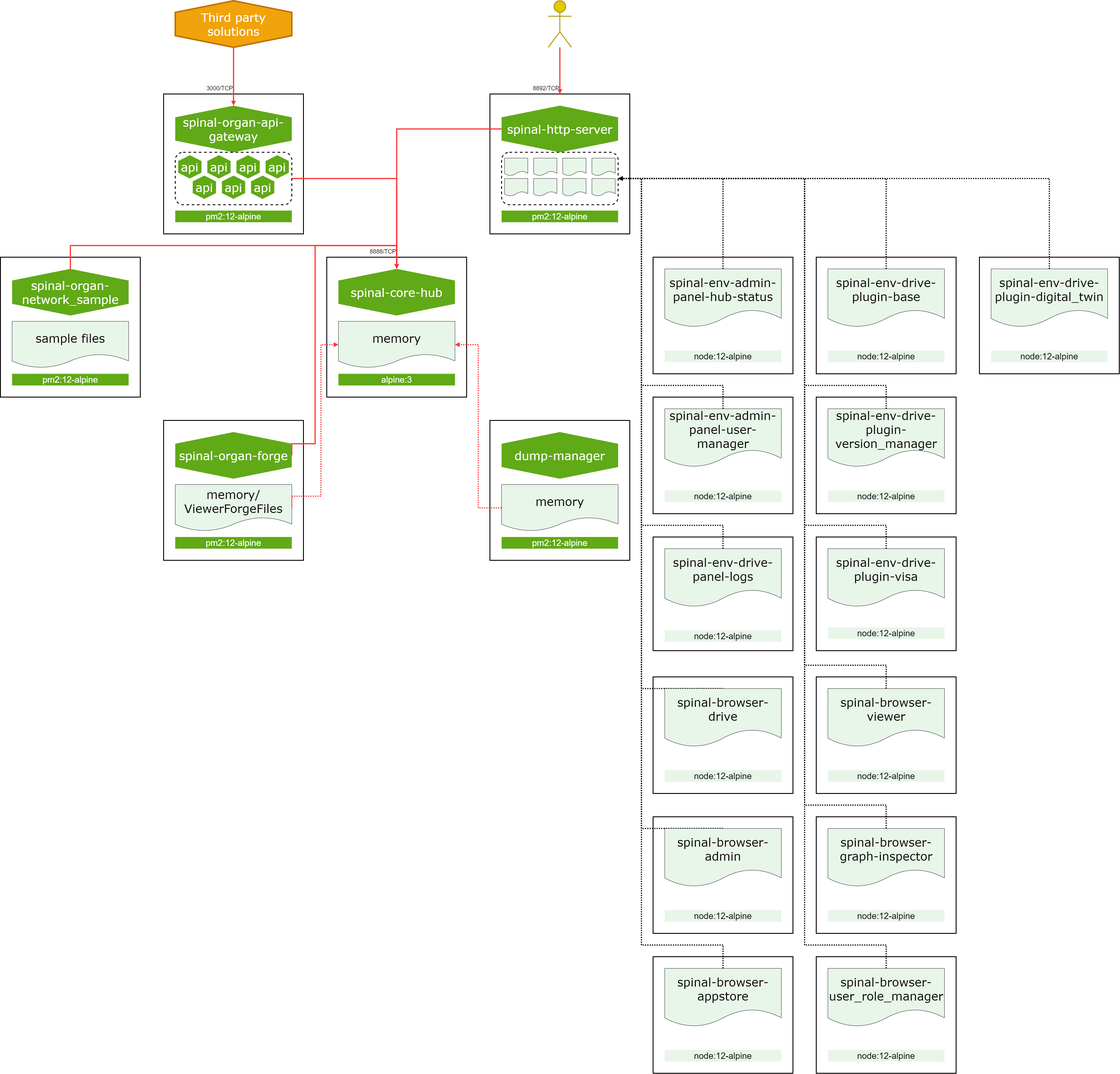
The draw.io diagram docs/diagrams/architecture_v0.0.1.png in fjudith/spinalker, before a commit. Source tidied: cells renumbered, new cells last; positions are measured from the earlier drawing's top-left corner, leaving out a move shared by most shapes.
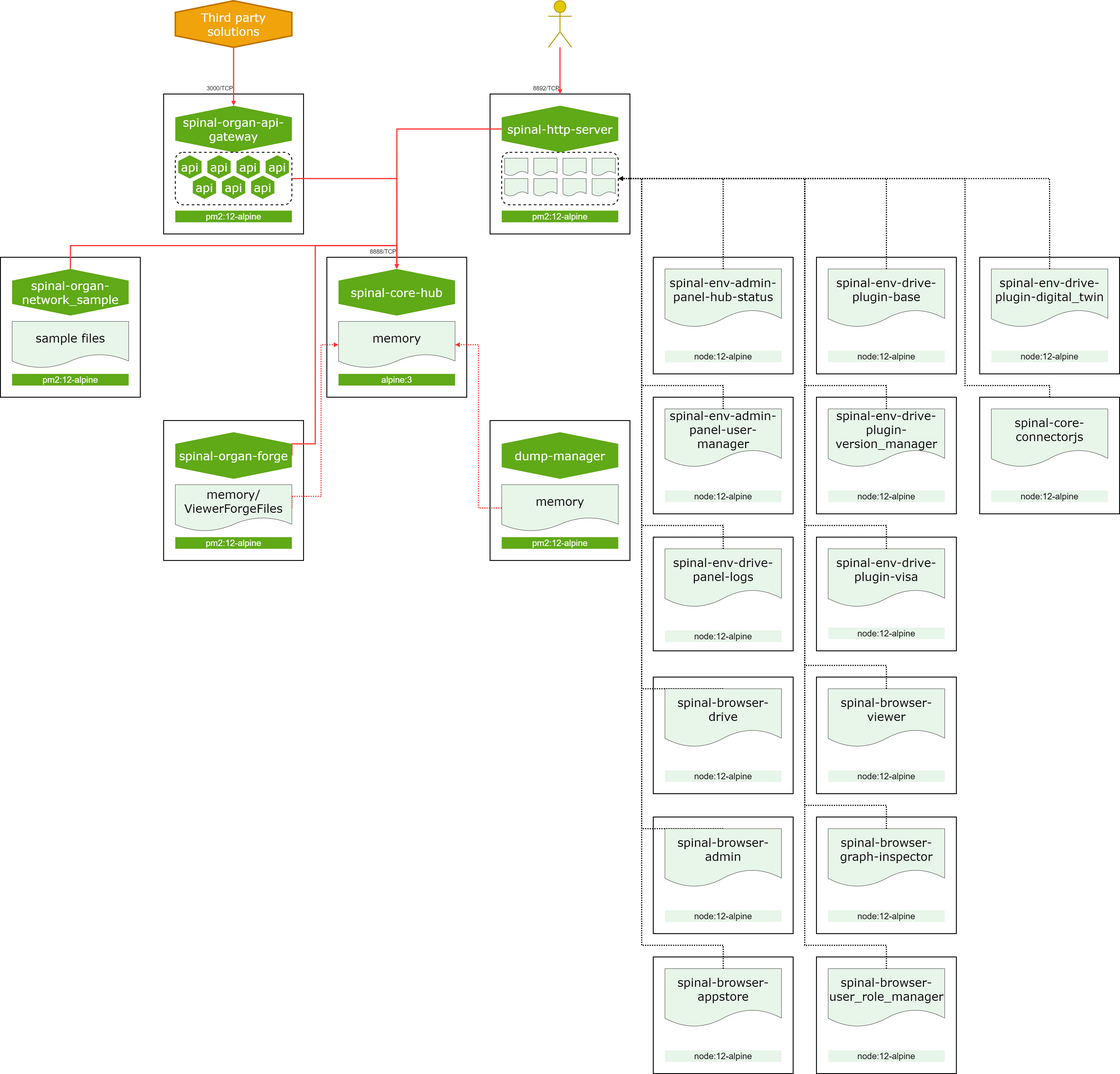
After the change.

Commit message:
#17 Added spinal-core-connectorjs

Change to the diagram source:
```diff
@@ -396,5 +396,23 @@
     <mxCell id="106" style="rounded=1;whiteSpace=wrap;html=1;fillColor=none;strokeWidth=3;dashed=1;" parent="1" vertex="1">
       <mxGeometry x="600" y="520" width="400" height="180" as="geometry" />
     </mxCell>
+    <mxCell id="107" style="rounded=0;whiteSpace=wrap;html=1;fillColor=none;fontColor=#f0f0f0;strokeWidth=3;sketch=0;" parent="1" vertex="1">
+      <mxGeometry x="3360" y="1360" width="480" height="400" as="geometry" />
+    </mxCell>
+    <mxCell id="108" value="node:12-alpine" style="rounded=0;whiteSpace=wrap;html=1;fontSize=30;align=center;strokeWidth=3;strokeColor=none;fontColor=#000000;fillColor=#E8F5E9;" parent="1" vertex="1">
+      <mxGeometry x="3400" y="1680" width="400" height="40" as="geometry" />
+    </mxCell>
+    <mxCell id="109" value="&lt;font face=&quot;verdana&quot;&gt;&lt;span style=&quot;font-size: 40px&quot;&gt;spinal-core-connectorjs&lt;/span&gt;&lt;/font&gt;" style="shape=document;whiteSpace=wrap;html=1;boundedLbl=1;fillColor=#E8F5E9;fontColor=#000000;" parent="1" vertex="1">
+      <mxGeometry x="3400" y="1400" width="400" height="200" as="geometry" />
+    </mxCell>
+    <mxCell id="110" style="edgeStyle=orthogonalEdgeStyle;rounded=0;jettySize=auto;html=1;exitX=0.5;exitY=0;exitDx=0;exitDy=0;entryX=1;entryY=0.5;entryDx=0;entryDy=0;startFill=0;endArrow=block;endFill=1;strokeWidth=4;fontFamily=Arial;fontSize=20;fontColor=#005700;dashed=1;dashPattern=1 1;" parent="1" edge="1" source="107" target="3">
+      <mxGeometry relative="1" as="geometry">
+        <Array as="points">
+          <mxPoint x="3600" y="1320" />
+          <mxPoint x="3310" y="1320" />
+          <mxPoint x="3310" y="610" />
+        </Array>
+      </mxGeometry>
+    </mxCell>
   </root>
 </mxGraphModel>
```
